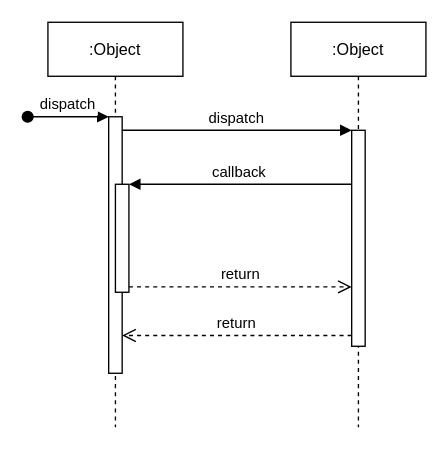
DECHT/test keeps this draw.io diagram as Untitled Diagram.drawio. Above is the earlier version. Source tidied: cells renumbered, new cells numbered last; positions are measured from the earlier drawing's top-left corner, leaving out a move shared by most shapes. Both pictures are drawn from the tidied source at 135%, with x=0, y=0 at pixel (27, 22).
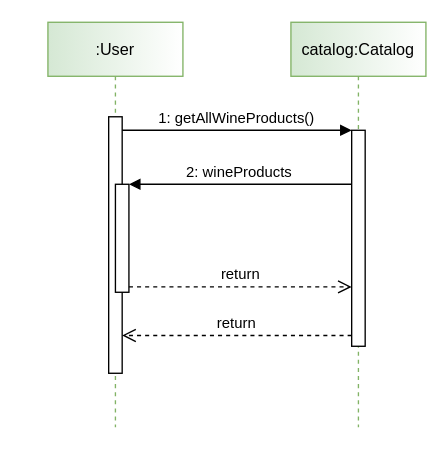
The same diagram, later.

What changed in the source:
```diff
@@
 <mxGraphModel>
   <root>
     <mxCell id="0" />
     <mxCell id="1" parent="0" />
-    <mxCell id="2" value=":Object" style="shape=umlLifeline;perimeter=lifelinePerimeter;rounded=0;shadow=0;strokeWidth=1;" parent="1" vertex="1">
+    <mxCell id="2" value=":User" style="shape=umlLifeline;perimeter=lifelinePerimeter;rounded=0;shadow=0;strokeWidth=1;fillColor=#d5e8d4;strokeColor=#82b366;gradientColor=#ffffff;gradientDirection=east;" parent="1" vertex="1">
       <mxGeometry x="15" width="100" height="300" as="geometry" />
     </mxCell>
     <mxCell id="3" style="points=[];perimeter=orthogonalPerimeter;rounded=0;shadow=0;strokeWidth=1;" parent="2" vertex="1">
       <mxGeometry x="45" y="70" width="10" height="190" as="geometry" />
     </mxCell>
-    <mxCell id="4" value="dispatch" style="verticalAlign=bottom;startArrow=oval;endArrow=block;startSize=8;shadow=0;strokeWidth=1;" parent="2" edge="1" target="3">
-      <mxGeometry relative="1" as="geometry">
-        <mxPoint x="-15" y="70" as="sourcePoint" />
-      </mxGeometry>
-    </mxCell>
     <mxCell id="5" style="points=[];perimeter=orthogonalPerimeter;rounded=0;shadow=0;strokeWidth=1;" parent="2" vertex="1">
       <mxGeometry x="50" y="120" width="10" height="80" as="geometry" />
     </mxCell>
-    <mxCell id="6" value=":Object" style="shape=umlLifeline;perimeter=lifelinePerimeter;rounded=0;shadow=0;strokeWidth=1;" parent="1" vertex="1">
+    <mxCell id="6" value="catalog:Catalog" style="shape=umlLifeline;perimeter=lifelinePerimeter;rounded=0;shadow=0;strokeWidth=1;fillColor=#d5e8d4;strokeColor=#82b366;gradientColor=#ffffff;gradientDirection=east;" parent="1" vertex="1">
       <mxGeometry x="195" width="100" height="300" as="geometry" />
     </mxCell>
     <mxCell id="7" style="points=[];perimeter=orthogonalPerimeter;rounded=0;shadow=0;strokeWidth=1;" parent="6" vertex="1">
       <mxGeometry x="45" y="80" width="10" height="160" as="geometry" />
     </mxCell>
     <mxCell id="8" value="return" style="verticalAlign=bottom;endArrow=open;dashed=1;endSize=8;exitX=0;exitY=0.95;shadow=0;strokeWidth=1;" parent="1" edge="1" source="7" target="3">
       <mxGeometry relative="1" as="geometry" />
     </mxCell>
-    <mxCell id="9" value="dispatch" style="verticalAlign=bottom;endArrow=block;entryX=0;entryY=0;shadow=0;strokeWidth=1;" parent="1" edge="1" source="3" target="7">
+    <mxCell id="9" value="1: getAllWineProducts()" style="verticalAlign=bottom;endArrow=block;entryX=0;entryY=0;shadow=0;strokeWidth=1;" parent="1" edge="1" source="3" target="7">
       <mxGeometry relative="1" as="geometry" />
     </mxCell>
-    <mxCell id="10" value="callback" style="verticalAlign=bottom;endArrow=block;entryX=1;entryY=0;shadow=0;strokeWidth=1;" parent="1" edge="1" source="7" target="5">
+    <mxCell id="10" value="2: wineProducts" style="verticalAlign=bottom;endArrow=block;entryX=1;entryY=0;shadow=0;strokeWidth=1;" parent="1" edge="1" source="7" target="5">
       <mxGeometry relative="1" as="geometry" />
     </mxCell>
     <mxCell id="11" value="return" style="verticalAlign=bottom;endArrow=open;dashed=1;endSize=8;exitX=1;exitY=0.95;shadow=0;strokeWidth=1;" parent="1" edge="1" source="5" target="7">
       <mxGeometry relative="1" as="geometry" />
     </mxCell>
   </root>
 </mxGraphModel>
```
